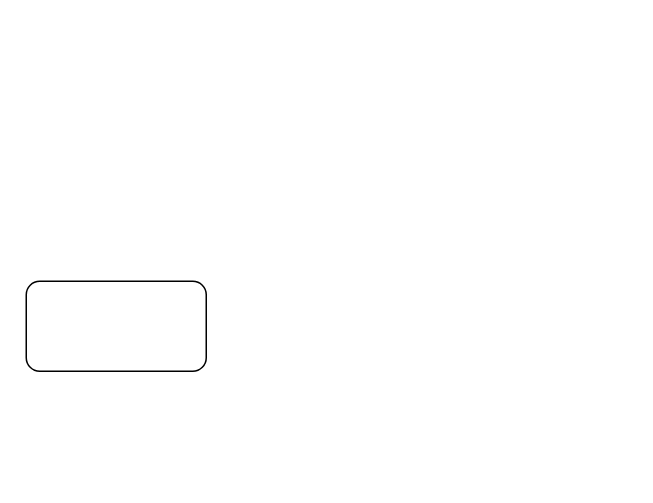
Above: HA NVR.drawio in qindgfly/diagrams (draw.io), before the change. Source tidied: cells renumbered, new cells numbered last; positions are measured from the earlier drawing's top-left corner, leaving out a move shared by most shapes. Both pictures are drawn from the tidied source at 150%, with x=0, y=0 at pixel (26, 280).
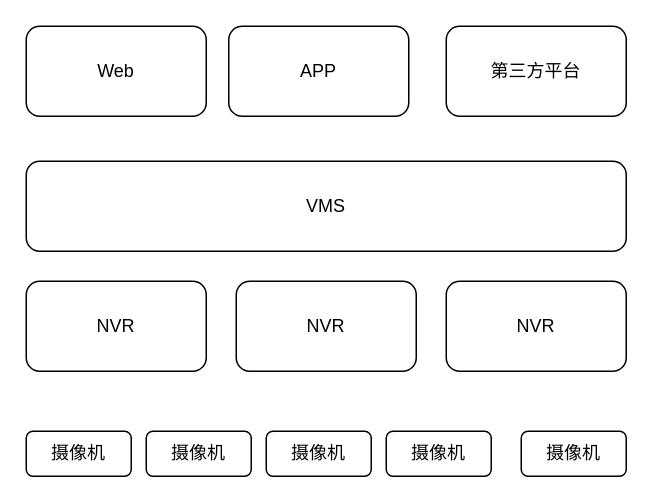
After the change.

Change to the diagram source:
```diff
@@
 <mxGraphModel>
   <root>
     <mxCell id="0" />
     <mxCell id="1" parent="0" />
-    <mxCell id="2" style="rounded=1;whiteSpace=wrap;html=1;" parent="1" vertex="1">
+    <mxCell id="2" value="&lt;div style=&quot;&quot;&gt;&lt;span style=&quot;background-color: transparent;&quot;&gt;NVR&lt;/span&gt;&lt;/div&gt;" style="rounded=1;whiteSpace=wrap;html=1;align=center;" parent="1" vertex="1">
       <mxGeometry width="120" height="60" as="geometry" />
     </mxCell>
+    <mxCell id="3" value="摄像机" style="rounded=1;whiteSpace=wrap;html=1;" parent="1" vertex="1">
+      <mxGeometry y="100" width="70" height="30" as="geometry" />
+    </mxCell>
+    <mxCell id="4" value="摄像机" style="rounded=1;whiteSpace=wrap;html=1;" parent="1" vertex="1">
+      <mxGeometry x="80" y="100" width="70" height="30" as="geometry" />
+    </mxCell>
+    <mxCell id="5" value="摄像机" style="rounded=1;whiteSpace=wrap;html=1;" parent="1" vertex="1">
+      <mxGeometry x="160" y="100" width="70" height="30" as="geometry" />
+    </mxCell>
+    <mxCell id="6" value="摄像机" style="rounded=1;whiteSpace=wrap;html=1;" parent="1" vertex="1">
+      <mxGeometry x="240" y="100" width="70" height="30" as="geometry" />
+    </mxCell>
+    <mxCell id="7" value="摄像机" style="rounded=1;whiteSpace=wrap;html=1;" parent="1" vertex="1">
+      <mxGeometry x="330" y="100" width="70" height="30" as="geometry" />
+    </mxCell>
+    <mxCell id="8" value="NVR" style="rounded=1;whiteSpace=wrap;html=1;" parent="1" vertex="1">
+      <mxGeometry x="140" width="120" height="60" as="geometry" />
+    </mxCell>
+    <mxCell id="9" value="NVR" style="rounded=1;whiteSpace=wrap;html=1;" parent="1" vertex="1">
+      <mxGeometry x="280" width="120" height="60" as="geometry" />
+    </mxCell>
+    <mxCell id="10" value="VMS" style="rounded=1;whiteSpace=wrap;html=1;" parent="1" vertex="1">
+      <mxGeometry y="-80" width="400" height="60" as="geometry" />
+    </mxCell>
+    <mxCell id="11" value="&lt;div style=&quot;&quot;&gt;&lt;span style=&quot;background-color: transparent;&quot;&gt;Web&lt;/span&gt;&lt;/div&gt;" style="rounded=1;whiteSpace=wrap;html=1;align=center;" parent="1" vertex="1">
+      <mxGeometry y="-170" width="120" height="60" as="geometry" />
+    </mxCell>
+    <mxCell id="12" value="&lt;div style=&quot;&quot;&gt;&lt;span style=&quot;background-color: transparent;&quot;&gt;APP&lt;/span&gt;&lt;/div&gt;" style="rounded=1;whiteSpace=wrap;html=1;align=center;" parent="1" vertex="1">
+      <mxGeometry x="135" y="-170" width="120" height="60" as="geometry" />
+    </mxCell>
+    <mxCell id="13" value="&lt;div style=&quot;&quot;&gt;第三方平台&lt;/div&gt;" style="rounded=1;whiteSpace=wrap;html=1;align=center;" parent="1" vertex="1">
+      <mxGeometry x="280" y="-170" width="120" height="60" as="geometry" />
+    </mxCell>
   </root>
 </mxGraphModel>
```
